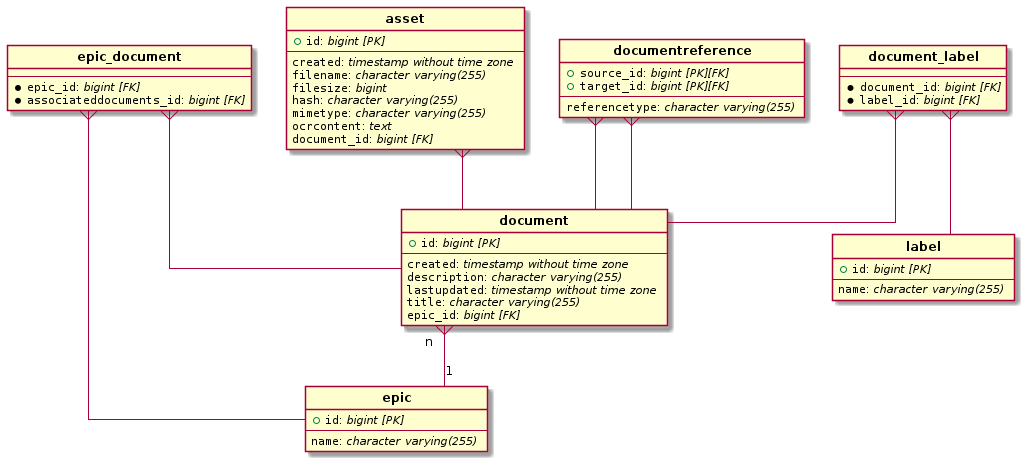
Above: diagrams/er.png in documents-manager/knowledge-base (PlantUML), before the change. The source it was exported from:
```plantuml
@startuml
hide circle
skinparam linetype ortho

entity "**asset**" {
  + ""id"": //bigint [PK]//
  --
  ""created"": //timestamp without time zone //
  ""filename"": //character varying(255) //
  ""filesize"": //bigint //
  ""hash"": //character varying(255) //
  ""mimetype"": //character varying(255) //
  ""ocrcontent"": //text //
  ""document_id"": //bigint [FK]//
}

entity "**document**" {
  + ""id"": //bigint [PK]//
  --
  ""created"": //timestamp without time zone //
  ""description"": //character varying(255) //
  ""lastupdated"": //timestamp without time zone //
  ""title"": //character varying(255) //
  ""epic_id"": //bigint [FK]//
}

entity "**document_label**" {
  --
  *""document_id"": //bigint [FK]//
  *""label_id"": //bigint [FK]//
}

entity "**documentreference**" {
  + ""source_id"": //bigint [PK][FK]//
  + ""target_id"": //bigint [PK][FK]//
  --
  ""referencetype"": //character varying(255) //
}

entity "**epic**" {
  + ""id"": //bigint [PK]//
  --
  ""name"": //character varying(255) //
}

entity "**epic_document**" {
  --
  *""epic_id"": //bigint [FK]//
  *""associateddocuments_id"": //bigint [FK]//
}

entity "**label**" {
  + ""id"": //bigint [PK]//
  --
  ""name"": //character varying(255) //
}

"**asset**"   }--  "**document**"

"**document**" "n"   }-- "1" "**epic**"

"**document_label**"   }--  "**document**"

"**document_label**"   }--  "**label**"

"**documentreference**"   }--  "**document**"

"**documentreference**"   }--  "**document**"

"**epic_document**"   }--  "**epic**"

"**epic_document**"   }--  "**document**"
@enduml
```
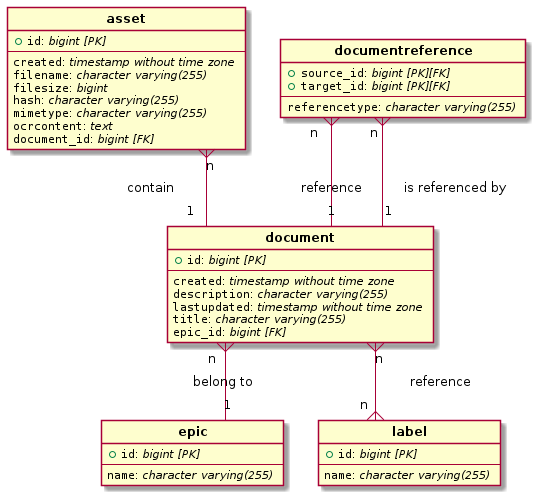
After the change.

Commit message:
Adjust er model

The edit, as a diff of the source:
```diff
@@ -24,12 +24,6 @@
   ""epic_id"": //bigint [FK]//
 }
 
-entity "**document_label**" {
-  --
-  *""document_id"": //bigint [FK]//
-  *""label_id"": //bigint [FK]//
-}
-
 entity "**documentreference**" {
   + ""source_id"": //bigint [PK][FK]//
   + ""target_id"": //bigint [PK][FK]//
@@ -43,11 +37,6 @@
   ""name"": //character varying(255) //
 }
 
-entity "**epic_document**" {
-  --
-  *""epic_id"": //bigint [FK]//
-  *""associateddocuments_id"": //bigint [FK]//
-}
 
 entity "**label**" {
   + ""id"": //bigint [PK]//
@@ -55,19 +44,13 @@
   ""name"": //character varying(255) //
 }
 
-"**asset**"   }--  "**document**"
+"**asset**"   "n"   }-- "1"  "**document**": contain
 
-"**document**" "n"   }-- "1" "**epic**"
+"**document**" "n"   }-- "1" "**epic**": belong to
 
-"**document_label**"   }--  "**document**"
+"**document**"  "n"   }--{ "n"  "**label**": reference
 
-"**document_label**"   }--  "**label**"
+"**documentreference**"   "n"   }-- "1"  "**document**": reference
 
-"**documentreference**"   }--  "**document**"
-
-"**documentreference**"   }--  "**document**"
-
-"**epic_document**"   }--  "**epic**"
-
-"**epic_document**"   }--  "**document**"
+"**documentreference**"  "n"   }-- "1"  "**document**": is referenced by
 @enduml
```
